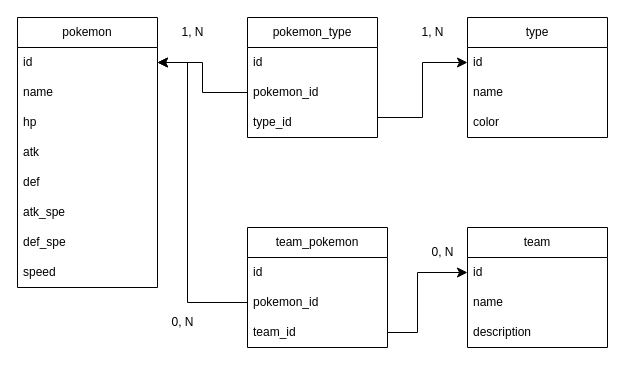
Before: docs/project-analysis/mld.drawio in Marc-BARBIERI/Pokedex, a draw.io diagram. Source tidied: cells renumbered, new cells numbered last; positions are measured from the earlier drawing's top-left corner, leaving out a move shared by most shapes. Both pictures are drawn from the tidied source at 100%, with x=0, y=0 at pixel (17, 17).
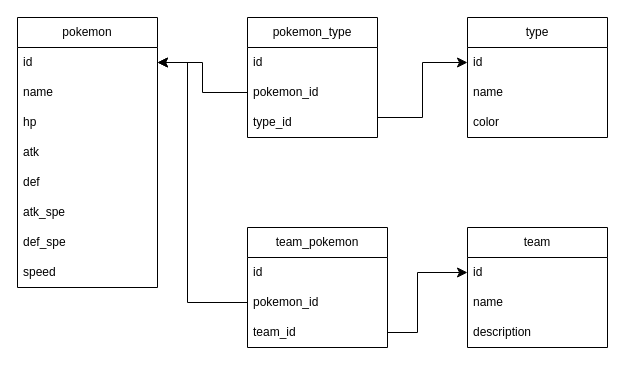
The same page after the edit.

Commit message (it also covers changes not shown here):
review MLD and Wireframes

Diff of the diagram source:
```diff
@@
-    <mxCell id="31" value="1, N" style="text;html=1;align=center;verticalAlign=middle;strokeColor=none;fillColor=none;" parent="1" vertex="1">
-      <mxGeometry x="150" width="50" height="30" as="geometry" />
-    </mxCell>
-    <mxCell id="32" value="1, N" style="text;html=1;align=center;verticalAlign=middle;strokeColor=none;fillColor=none;" parent="1" vertex="1">
-      <mxGeometry x="390" width="50" height="30" as="geometry" />
-    </mxCell>
-    <mxCell id="33" value="0, N" style="text;html=1;align=center;verticalAlign=middle;strokeColor=none;fillColor=none;" parent="1" vertex="1">
-      <mxGeometry x="140" y="290" width="50" height="30" as="geometry" />
-    </mxCell>
-    <mxCell id="34" value="0, N" style="text;html=1;align=center;verticalAlign=middle;strokeColor=none;fillColor=none;" parent="1" vertex="1">
-      <mxGeometry x="400" y="220" width="50" height="30" as="geometry" />
-    </mxCell>
```
